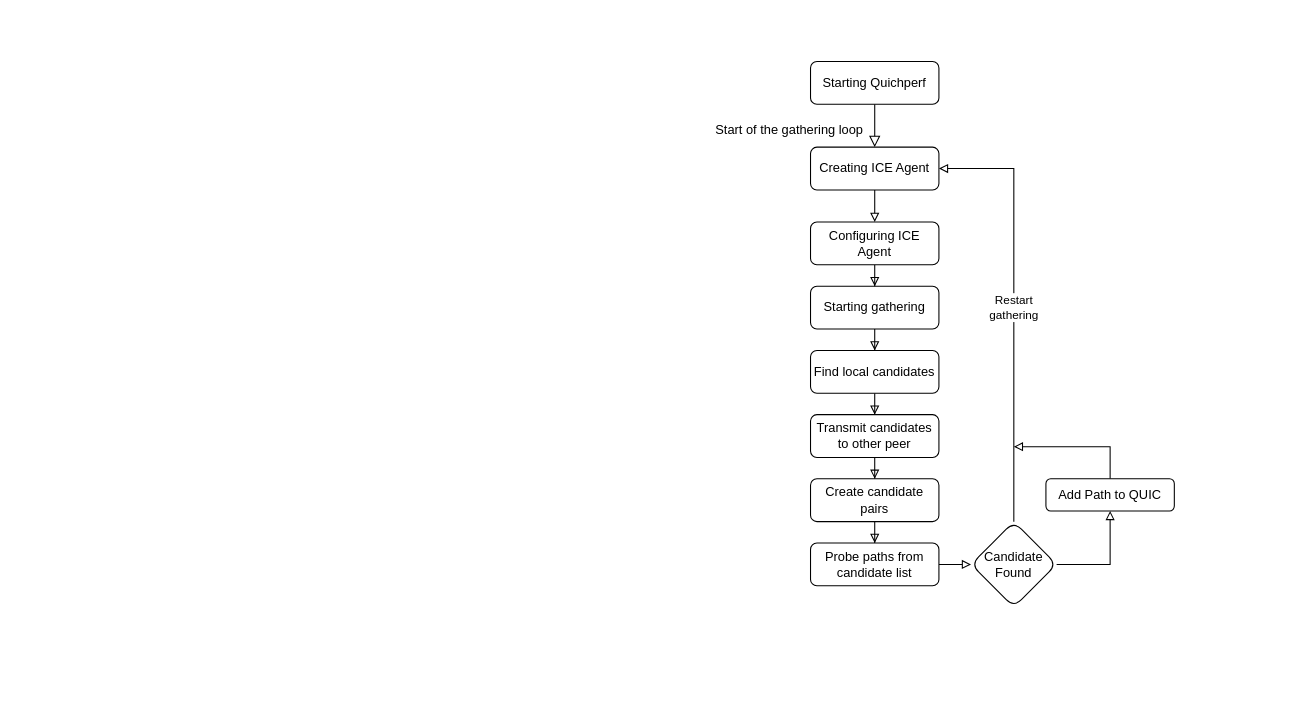
Before: resources/ICEAgentFlow.drawio in JustusvonderBeek/master-thesis-scripts-and-measures, a draw.io diagram. Source tidied: cells renumbered, new cells numbered last; positions are measured from the earlier drawing's top-left corner, leaving out a move shared by most shapes. Both pictures are drawn from the tidied source at 107%, with x=0, y=0 at pixel (703, 61).
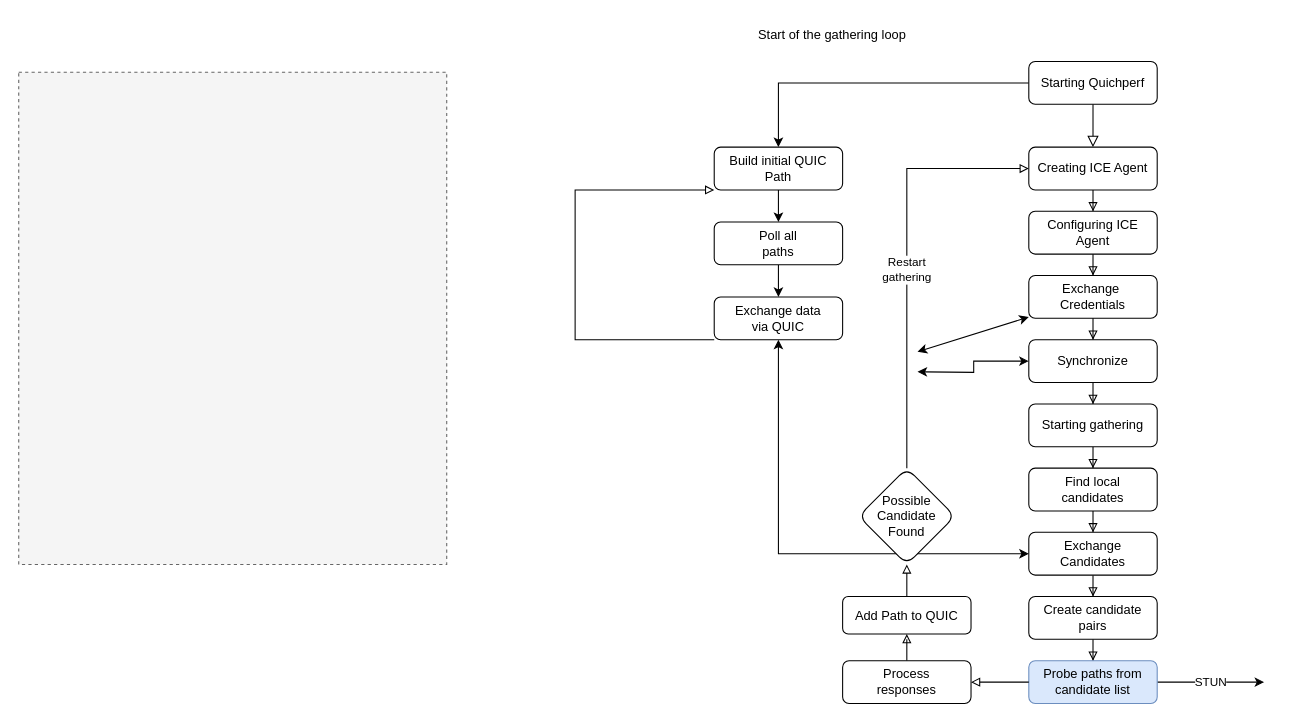
The same diagram, later.

Commit message:
updated ice flow

The edit, as a diff of the source:
```diff
@@
+    <mxCell id="24" style="rounded=0;whiteSpace=wrap;html=1;fillColor=#f5f5f5;fontColor=#333333;strokeColor=#666666;dashed=1;" parent="1" vertex="1">
+      <mxGeometry x="-640" y="10" width="400" height="460" as="geometry" />
+    </mxCell>
@@
+    <mxCell id="25" style="edgeStyle=orthogonalEdgeStyle;rounded=0;jettySize=auto;html=1;" parent="1" edge="1" source="3" target="30">
+      <mxGeometry relative="1" as="geometry" />
+    </mxCell>
     <mxCell id="3" value="Starting Quichperf" style="rounded=1;whiteSpace=wrap;html=1;fontSize=12;glass=0;strokeWidth=1;shadow=0;" parent="1" vertex="1">
-      <mxGeometry x="100" width="120" height="40" as="geometry" />
+      <mxGeometry x="304" width="120" height="40" as="geometry" />
     </mxCell>
@@
     <mxCell id="5" value="Creating ICE Agent" style="rounded=1;whiteSpace=wrap;html=1;fontSize=12;glass=0;strokeWidth=1;shadow=0;" parent="1" vertex="1">
-      <mxGeometry x="100" y="80" width="120" height="40" as="geometry" />
+      <mxGeometry x="304" y="80" width="120" height="40" as="geometry" />
     </mxCell>
@@
     <mxCell id="7" value="Starting gathering" style="rounded=1;whiteSpace=wrap;html=1;fontSize=12;glass=0;strokeWidth=1;shadow=0;" parent="1" vertex="1">
-      <mxGeometry x="100" y="210" width="120" height="40" as="geometry" />
+      <mxGeometry x="304" y="320" width="120" height="40" as="geometry" />
     </mxCell>
-    <mxCell id="8" style="edgeStyle=orthogonalEdgeStyle;rounded=0;jettySize=auto;html=1;endArrow=block;endFill=0;" parent="1" edge="1" source="9" target="7">
+    <mxCell id="8" style="edgeStyle=orthogonalEdgeStyle;rounded=0;jettySize=auto;html=1;endArrow=block;endFill=0;" parent="1" edge="1" source="37" target="7">
       <mxGeometry relative="1" as="geometry" />
     </mxCell>
     <mxCell id="9" value="Configuring ICE Agent" style="whiteSpace=wrap;html=1;rounded=1;glass=0;strokeWidth=1;shadow=0;" parent="1" vertex="1">
-      <mxGeometry x="100" y="150" width="120" height="40" as="geometry" />
+      <mxGeometry x="304" y="140" width="120" height="40" as="geometry" />
     </mxCell>
-    <mxCell id="10" style="edgeStyle=orthogonalEdgeStyle;rounded=0;jettySize=auto;html=1;endArrow=block;endFill=0;" parent="1" edge="1" source="23" target="12">
-      <mxGeometry relative="1" as="geometry">
-        <Array as="points">
-          <mxPoint x="380" y="470" />
-        </Array>
-      </mxGeometry>
-    </mxCell>
-    <mxCell id="11" style="edgeStyle=orthogonalEdgeStyle;rounded=0;jettySize=auto;html=1;endArrow=block;endFill=0;" parent="1" edge="1" source="12">
+    <mxCell id="11" style="edgeStyle=orthogonalEdgeStyle;rounded=0;jettySize=auto;html=1;endArrow=block;endFill=0;" parent="1" edge="1" source="32" target="30">
       <mxGeometry relative="1" as="geometry">
-        <mxPoint x="290" y="360" as="targetPoint" />
         <Array as="points">
-          <mxPoint x="380" y="360" />
-          <mxPoint x="290" y="360" />
+          <mxPoint x="-120" y="260" />
+          <mxPoint x="-120" y="120" />
         </Array>
       </mxGeometry>
     </mxCell>
+    <mxCell id="26" style="edgeStyle=orthogonalEdgeStyle;rounded=0;jettySize=auto;html=1;endArrow=block;endFill=0;" parent="1" edge="1" source="12" target="23">
+      <mxGeometry relative="1" as="geometry" />
+    </mxCell>
     <mxCell id="12" value="Add Path to QUIC" style="whiteSpace=wrap;html=1;rounded=1;glass=0;strokeWidth=1;shadow=0;" parent="1" vertex="1">
-      <mxGeometry x="320" y="390" width="120" height="30" as="geometry" />
+      <mxGeometry x="130" y="500" width="120" height="35" as="geometry" />
     </mxCell>
@@
-    <mxCell id="14" value="Find local candidates" style="rounded=1;whiteSpace=wrap;html=1;fontSize=12;glass=0;strokeWidth=1;shadow=0;" parent="1" vertex="1">
-      <mxGeometry x="100" y="270" width="120" height="40" as="geometry" />
+    <mxCell id="14" value="Find local&lt;div&gt;candidates&lt;/div&gt;" style="rounded=1;whiteSpace=wrap;html=1;fontSize=12;glass=0;strokeWidth=1;shadow=0;" parent="1" vertex="1">
+      <mxGeometry x="304" y="380" width="120" height="40" as="geometry" />
     </mxCell>
@@
-    <mxCell id="16" value="Transmit candidates to other peer" style="rounded=1;whiteSpace=wrap;html=1;fontSize=12;glass=0;strokeWidth=1;shadow=0;" parent="1" vertex="1">
-      <mxGeometry x="100" y="330" width="120" height="40" as="geometry" />
+    <mxCell id="16" value="Exchange&lt;div&gt;Candidates&lt;/div&gt;" style="rounded=1;whiteSpace=wrap;html=1;fontSize=12;glass=0;strokeWidth=1;shadow=0;" parent="1" vertex="1">
+      <mxGeometry x="304" y="440" width="120" height="40" as="geometry" />
     </mxCell>
@@
     <mxCell id="18" value="Create candidate pairs" style="rounded=1;whiteSpace=wrap;html=1;fontSize=12;glass=0;strokeWidth=1;shadow=0;" parent="1" vertex="1">
-      <mxGeometry x="100" y="390" width="120" height="40" as="geometry" />
+      <mxGeometry x="304" y="500" width="120" height="40" as="geometry" />
     </mxCell>
-    <mxCell id="19" style="edgeStyle=orthogonalEdgeStyle;rounded=0;jettySize=auto;html=1;endArrow=block;endFill=0;" parent="1" edge="1" source="20" target="23">
+    <mxCell id="19" style="edgeStyle=orthogonalEdgeStyle;rounded=0;jettySize=auto;html=1;endArrow=block;endFill=0;" parent="1" edge="1" source="39" target="12">
       <mxGeometry relative="1" as="geometry" />
     </mxCell>
+    <mxCell id="27" value="STUN" style="edgeStyle=orthogonalEdgeStyle;rounded=0;jettySize=auto;html=1;" parent="1" edge="1" source="20">
+      <mxGeometry relative="1" as="geometry">
+        <mxPoint x="524" y="580" as="targetPoint" />
+      </mxGeometry>
+    </mxCell>
-    <mxCell id="20" value="Probe paths from candidate list" style="rounded=1;whiteSpace=wrap;html=1;fontSize=12;glass=0;strokeWidth=1;shadow=0;" parent="1" vertex="1">
-      <mxGeometry x="100" y="450" width="120" height="40" as="geometry" />
+    <mxCell id="20" value="Probe paths from candidate list" style="rounded=1;whiteSpace=wrap;html=1;fontSize=12;glass=0;strokeWidth=1;shadow=0;fillColor=#dae8fc;strokeColor=#6c8ebf;" parent="1" vertex="1">
+      <mxGeometry x="304" y="560" width="120" height="40" as="geometry" />
     </mxCell>
+    <mxCell id="28" style="rounded=0;jettySize=auto;html=1;startArrow=classic;startFill=1;edgeStyle=orthogonalEdgeStyle;" parent="1" edge="1" source="32" target="16">
+      <mxGeometry relative="1" as="geometry">
+        <Array as="points">
+          <mxPoint x="70" y="460" />
+        </Array>
+      </mxGeometry>
+    </mxCell>
     <mxCell id="21" value="Start of the gathering loop" style="text;html=1;align=center;verticalAlign=middle;strokeColor=none;fillColor=none;" parent="1" vertex="1">
-      <mxGeometry y="49" width="160" height="30" as="geometry" />
+      <mxGeometry x="40" y="-40" width="160" height="30" as="geometry" />
     </mxCell>
-    <mxCell id="22" value="&lt;div&gt;Restart&lt;/div&gt;&lt;div&gt;gathering&lt;br&gt;&lt;/div&gt;" style="edgeStyle=orthogonalEdgeStyle;rounded=0;jettySize=auto;html=1;entryX=1;entryY=0.5;entryDx=0;entryDy=0;endArrow=block;endFill=0;exitX=0.5;exitY=0;exitDx=0;exitDy=0;" parent="1" edge="1" source="23" target="5">
-      <mxGeometry relative="1" as="geometry">
+    <mxCell id="22" value="&lt;div&gt;Restart&lt;/div&gt;&lt;div&gt;gathering&lt;br&gt;&lt;/div&gt;" style="edgeStyle=orthogonalEdgeStyle;rounded=0;jettySize=auto;html=1;endArrow=block;endFill=0;" parent="1" edge="1" source="23" target="5">
+      <mxGeometry x="-0.06" relative="1" as="geometry">
         <Array as="points">
-          <mxPoint x="290" y="100" />
+          <mxPoint x="190" y="100" />
         </Array>
       </mxGeometry>
     </mxCell>
-    <mxCell id="23" value="&lt;div&gt;Candidate&lt;/div&gt;&lt;div&gt;Found&lt;br&gt;&lt;/div&gt;" style="rhombus;whiteSpace=wrap;html=1;rounded=1;glass=0;strokeWidth=1;shadow=0;" parent="1" vertex="1">
-      <mxGeometry x="250" y="430" width="80" height="80" as="geometry" />
+    <mxCell id="23" value="&lt;div&gt;Possible&lt;/div&gt;&lt;div&gt;Candidate&lt;/div&gt;&lt;div&gt;Found&lt;br&gt;&lt;/div&gt;" style="rhombus;whiteSpace=wrap;html=1;rounded=1;glass=0;strokeWidth=1;shadow=0;" parent="1" vertex="1">
+      <mxGeometry x="145" y="380" width="90" height="90" as="geometry" />
     </mxCell>
+    <mxCell id="29" style="edgeStyle=orthogonalEdgeStyle;rounded=0;jettySize=auto;html=1;" parent="1" edge="1" source="41" target="32">
+      <mxGeometry relative="1" as="geometry" />
+    </mxCell>
+    <mxCell id="30" value="Build initial QUIC Path" style="rounded=1;whiteSpace=wrap;html=1;fontSize=12;glass=0;strokeWidth=1;shadow=0;" parent="1" vertex="1">
+      <mxGeometry x="10" y="80" width="120" height="40" as="geometry" />
+    </mxCell>
+    <mxCell id="31" style="edgeStyle=orthogonalEdgeStyle;rounded=0;jettySize=auto;html=1;startArrow=classic;startFill=1;" parent="1" edge="1" target="37">
+      <mxGeometry relative="1" as="geometry">
+        <mxPoint x="200" y="290" as="sourcePoint" />
+      </mxGeometry>
+    </mxCell>
+    <mxCell id="32" value="Exchange data&lt;div&gt;&lt;span style=&quot;background-color: initial;&quot;&gt;via QUIC&lt;/span&gt;&lt;/div&gt;" style="rounded=1;whiteSpace=wrap;html=1;fontSize=12;glass=0;strokeWidth=1;shadow=0;" parent="1" vertex="1">
+      <mxGeometry x="10" y="220" width="120" height="40" as="geometry" />
+    </mxCell>
+    <mxCell id="33" style="edgeStyle=orthogonalEdgeStyle;rounded=0;jettySize=auto;html=1;endArrow=block;endFill=0;" parent="1" edge="1" source="9" target="35">
+      <mxGeometry relative="1" as="geometry" />
+    </mxCell>
+    <mxCell id="34" style="rounded=0;jettySize=auto;html=1;startArrow=classic;startFill=1;" parent="1" edge="1" source="35">
+      <mxGeometry relative="1" as="geometry">
+        <mxPoint x="200" y="271.2" as="targetPoint" />
+      </mxGeometry>
+    </mxCell>
+    <mxCell id="35" value="Exchange&amp;nbsp;&lt;div&gt;Credentials&lt;/div&gt;" style="whiteSpace=wrap;html=1;rounded=1;glass=0;strokeWidth=1;shadow=0;" parent="1" vertex="1">
+      <mxGeometry x="304" y="200" width="120" height="40" as="geometry" />
+    </mxCell>
+    <mxCell id="36" style="edgeStyle=orthogonalEdgeStyle;rounded=0;jettySize=auto;html=1;endArrow=block;endFill=0;" parent="1" edge="1" source="35" target="37">
+      <mxGeometry relative="1" as="geometry" />
+    </mxCell>
+    <mxCell id="37" value="Synchronize" style="whiteSpace=wrap;html=1;rounded=1;glass=0;strokeWidth=1;shadow=0;" parent="1" vertex="1">
+      <mxGeometry x="304" y="260" width="120" height="40" as="geometry" />
+    </mxCell>
+    <mxCell id="38" style="edgeStyle=orthogonalEdgeStyle;rounded=0;jettySize=auto;html=1;endArrow=block;endFill=0;" parent="1" edge="1" source="20" target="39">
+      <mxGeometry relative="1" as="geometry" />
+    </mxCell>
+    <mxCell id="39" value="Process&lt;div&gt;responses&lt;/div&gt;" style="rounded=1;whiteSpace=wrap;html=1;fontSize=12;glass=0;strokeWidth=1;shadow=0;" parent="1" vertex="1">
+      <mxGeometry x="130" y="560" width="120" height="40" as="geometry" />
+    </mxCell>
+    <mxCell id="40" style="edgeStyle=orthogonalEdgeStyle;rounded=0;jettySize=auto;html=1;" parent="1" edge="1" source="30" target="41">
+      <mxGeometry relative="1" as="geometry" />
+    </mxCell>
+    <mxCell id="41" value="Poll all&lt;div&gt;paths&lt;/div&gt;" style="rounded=1;whiteSpace=wrap;html=1;fontSize=12;glass=0;strokeWidth=1;shadow=0;" parent="1" vertex="1">
+      <mxGeometry x="10" y="150" width="120" height="40" as="geometry" />
+    </mxCell>
```
